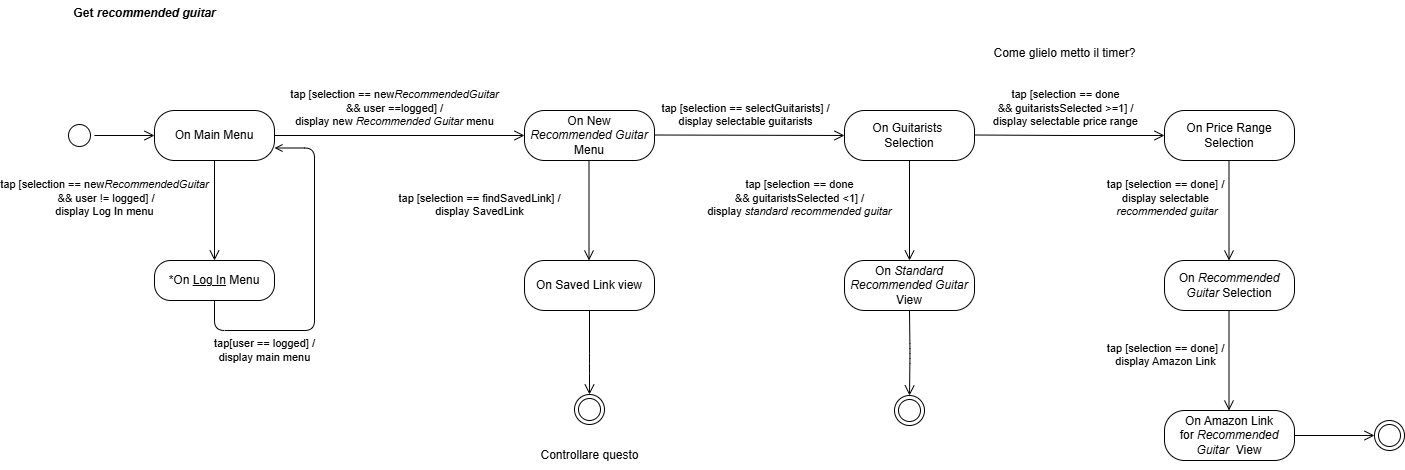
The draw.io diagram diagrams/StateDiagramM.drawio.png in TizianoLilli/ISPW-Project, before a commit. Source tidied: cells renumbered, new cells last; positions are measured from the earlier drawing's top-left corner, leaving out a move shared by most shapes.
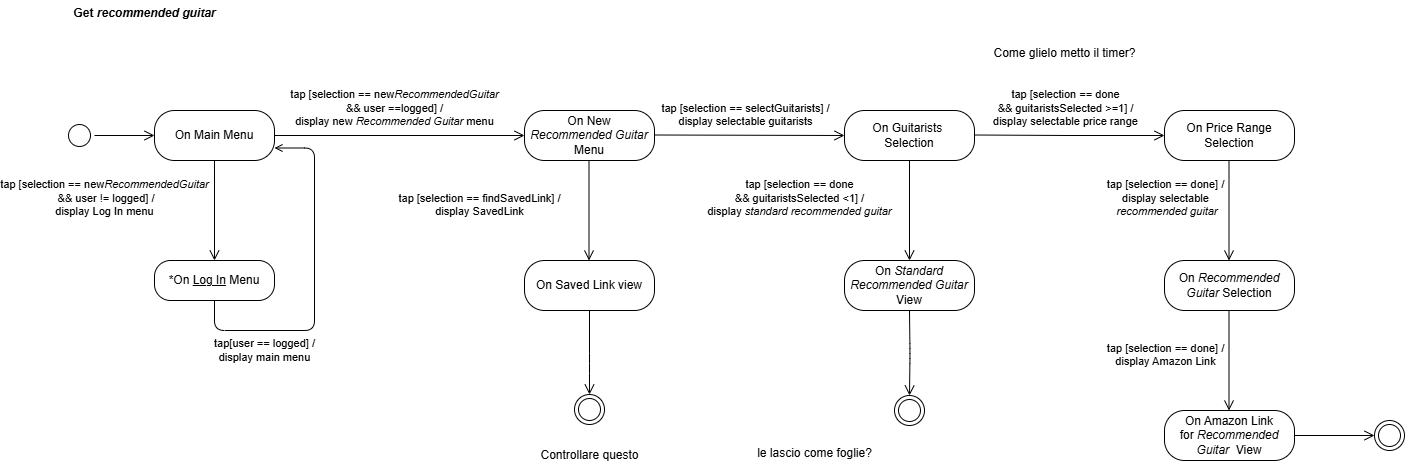
Above is the later version.

The edit, as a diff of the source:
```diff
@@ -123,5 +123,8 @@
     <mxCell id="31" style="ellipse;html=1;shape=endState;labelBackgroundColor=none;" parent="1" vertex="1">
       <mxGeometry x="510" y="394" width="30" height="30" as="geometry" />
     </mxCell>
+    <mxCell id="32" value="le lascio come foglie?" style="text;html=1;align=center;verticalAlign=middle;strokeColor=none;fillColor=none;" parent="1" vertex="1">
+      <mxGeometry x="680" y="438" width="140" height="30" as="geometry" />
+    </mxCell>
   </root>
 </mxGraphModel>
```
